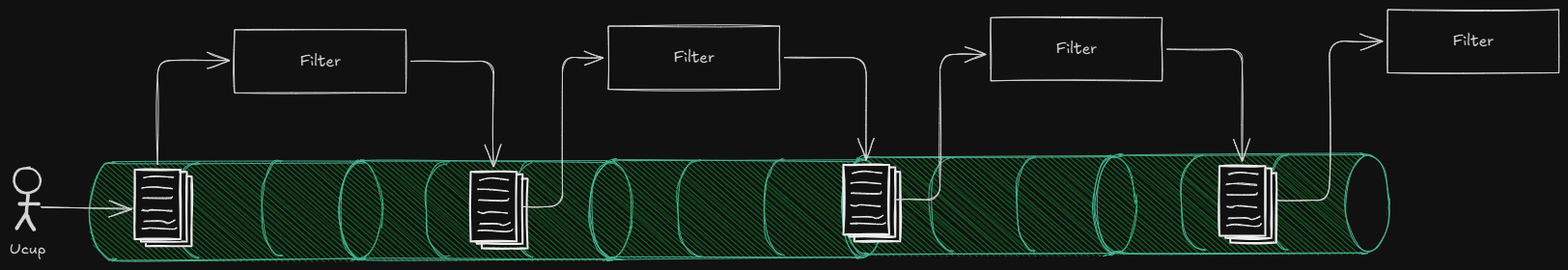
The Excalidraw diagram Arch/PIPELINE-ARCH.excalidraw.png in RIOKOWI/software-architecture, before a commit. Source tidied: one line per element, renumbered; positions are measured from the earlier drawing's top-left corner, leaving out a move shared by most shapes.
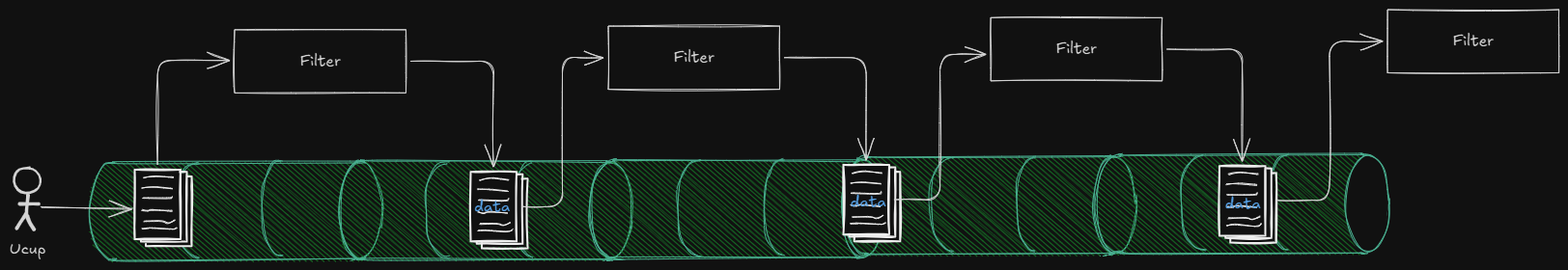
After the change.

Commit message:
docs(pipeline architecture): topology

Change to the diagram source:
```diff
@@ -80,3 +80,6 @@
 {"id": 79, "type": "rectangle", "strokeColor": "#1e1e1e", "strokeWidth": 1, "roughness": 1, "x": 1427, "y": 0, "width": 177, "height": 66}
 {"id": 80, "type": "text", "text": "Filter", "strokeColor": "#1e1e1e", "strokeWidth": 1, "roughness": 1, "fontSize": 16, "fontFamily": 5, "textAlign": "center", "verticalAlign": "middle", "inside": 79, "x": 1495, "y": 23, "width": 42, "height": 20}
 {"id": 81, "type": "arrow", "strokeColor": "#1e1e1e", "strokeWidth": 1, "roughness": 1, "endArrowhead": "arrow", "from": 69, "to": 79, "x": 1312, "y": 198, "width": 110, "height": 165, "points": [[0, 0], [55, 0], [55, -165], [110, -165]]}
+{"id": 82, "type": "text", "text": "data", "strokeColor": "#1971c2", "strokeWidth": 1, "roughness": 1, "fontSize": 16, "fontFamily": 5, "x": 481, "y": 195, "width": 37, "height": 20}
+{"id": 83, "type": "text", "text": "data", "strokeColor": "#1971c2", "strokeWidth": 1, "roughness": 1, "fontSize": 16, "fontFamily": 5, "x": 871, "y": 190, "width": 37, "height": 20}
+{"id": 84, "type": "text", "text": "data", "strokeColor": "#1971c2", "strokeWidth": 1, "roughness": 1, "fontSize": 16, "fontFamily": 5, "x": 1259, "y": 192, "width": 37, "height": 20}
```
